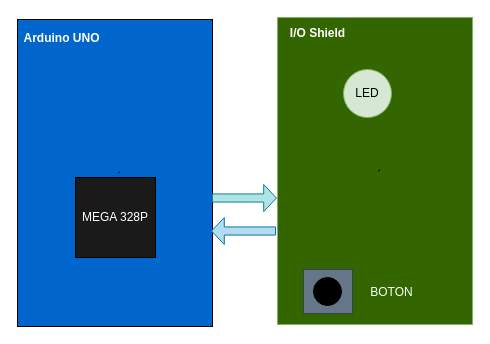
rodrigovzq/Laboratorio-Microprocesadores keeps this draw.io diagram as TP2/Diagramas/TP2 Diagrama en bloques.drawio. Above is the earlier version. Source tidied: cells renumbered, new cells numbered last; positions are measured from the earlier drawing's top-left corner, leaving out a move shared by most shapes. Both pictures are drawn from the tidied source at 100%, with x=0, y=0 at pixel (-39, 24).
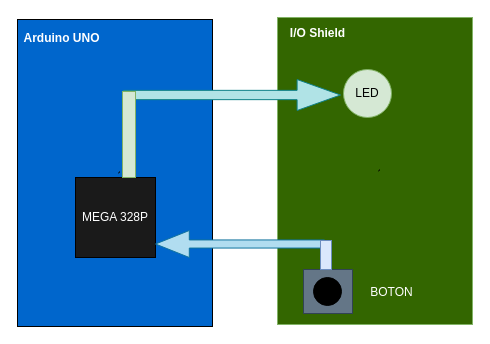
The same page after the edit.

The edit, as a diff of the source:
```diff
@@
 <mxGraphModel>
   <root>
     <mxCell id="0" />
     <mxCell id="1" parent="0" />
     <mxCell id="2" value="`" style="rounded=0;whiteSpace=wrap;html=1;rotation=90;fillColor=#336600;strokeColor=#82b366;" parent="1" vertex="1">
       <mxGeometry x="260" y="49" width="307" height="195" as="geometry" />
     </mxCell>
     <mxCell id="3" value="`" style="rounded=0;whiteSpace=wrap;html=1;rotation=90;fillColor=#0066CC;" parent="1" vertex="1">
       <mxGeometry y="51" width="307" height="195" as="geometry" />
     </mxCell>
     <mxCell id="4" value="&lt;b&gt;&lt;font color=&quot;#ffffff&quot;&gt;Arduino UNO&lt;/font&gt;&lt;/b&gt;" style="text;html=1;align=center;verticalAlign=middle;fillColor=none;strokeColor=none;rounded=0;" parent="1" vertex="1">
       <mxGeometry x="57" y="5" width="86" height="18" as="geometry" />
     </mxCell>
     <mxCell id="5" value="MEGA 328P" style="whiteSpace=wrap;html=1;fillColor=#1A1A1A;fontColor=#FFFFFF;" parent="1" vertex="1">
       <mxGeometry x="114" y="153" width="80" height="80" as="geometry" />
     </mxCell>
     <mxCell id="6" value="LED" style="ellipse;whiteSpace=wrap;html=1;fillColor=#d5e8d4;strokeColor=#82b366;" parent="1" vertex="1">
       <mxGeometry x="382" y="45" width="48" height="48" as="geometry" />
     </mxCell>
     <mxCell id="7" value="&lt;b&gt;I/O Shield&lt;/b&gt;" style="text;html=1;align=center;verticalAlign=middle;fillColor=none;strokeColor=none;rounded=0;fontColor=#FFFFFF;" parent="1" vertex="1">
       <mxGeometry x="323" width="65" height="18" as="geometry" />
     </mxCell>
     <mxCell id="8" style="shape=singleArrow;whiteSpace=wrap;html=1;fillColor=#b0e3e6;strokeColor=#0e8088;" parent="1" vertex="1">
-      <mxGeometry x="251" y="160" width="64" height="27" as="geometry" />
+      <mxGeometry x="162" y="55" width="217" height="31" as="geometry" />
     </mxCell>
     <mxCell id="9" style="rounded=0;whiteSpace=wrap;html=1;fillColor=#647687;strokeColor=#314354;fontColor=#ffffff;" parent="1" vertex="1">
       <mxGeometry x="342" y="245" width="49" height="44" as="geometry" />
     </mxCell>
     <mxCell id="10" style="ellipse;whiteSpace=wrap;html=1;fillColor=#000000;" parent="1" vertex="1">
       <mxGeometry x="352" y="253" width="28" height="28" as="geometry" />
     </mxCell>
     <mxCell id="11" value="BOTON&lt;br&gt;" style="text;html=1;align=center;verticalAlign=middle;fillColor=none;strokeColor=none;rounded=0;fontColor=#FFFFFF;" parent="1" vertex="1">
       <mxGeometry x="404" y="259" width="52" height="18" as="geometry" />
     </mxCell>
     <mxCell id="12" style="shape=singleArrow;whiteSpace=wrap;html=1;fillColor=#b1ddf0;strokeColor=#10739e;rotation=-180;" parent="1" vertex="1">
-      <mxGeometry x="250" y="193" width="64" height="27" as="geometry" />
+      <mxGeometry x="194" y="206" width="169" height="27" as="geometry" />
     </mxCell>
+    <mxCell id="13" style="whiteSpace=wrap;html=1;fillColor=#d5e8d4;strokeColor=#82b366;" parent="1" vertex="1">
+      <mxGeometry x="161" y="67" width="13" height="86" as="geometry" />
+    </mxCell>
+    <mxCell id="14" style="whiteSpace=wrap;html=1;fillColor=#dae8fc;strokeColor=#6c8ebf;" parent="1" vertex="1">
+      <mxGeometry x="359" y="216" width="11" height="29" as="geometry" />
+    </mxCell>
   </root>
 </mxGraphModel>
```
